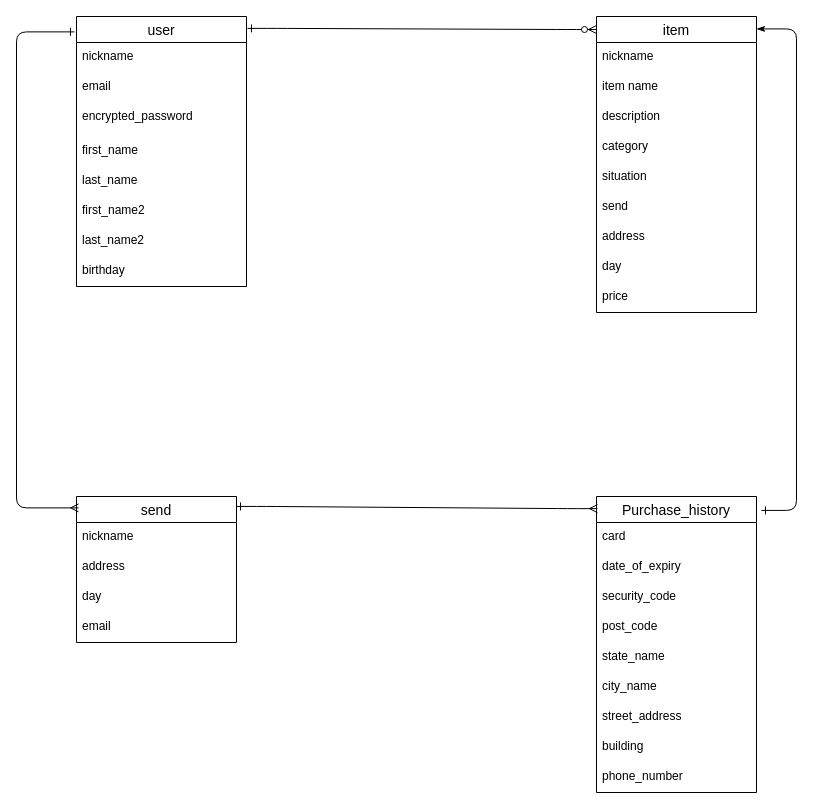
Earlier version of the draw.io diagram furima.dio (ootaketetsuyuki/furima-39836). Source tidied: cells renumbered, new cells numbered last; positions are measured from the earlier drawing's top-left corner, leaving out a move shared by most shapes. Both pictures are drawn from the tidied source at 100%, with x=0, y=0 at pixel (16, 16).
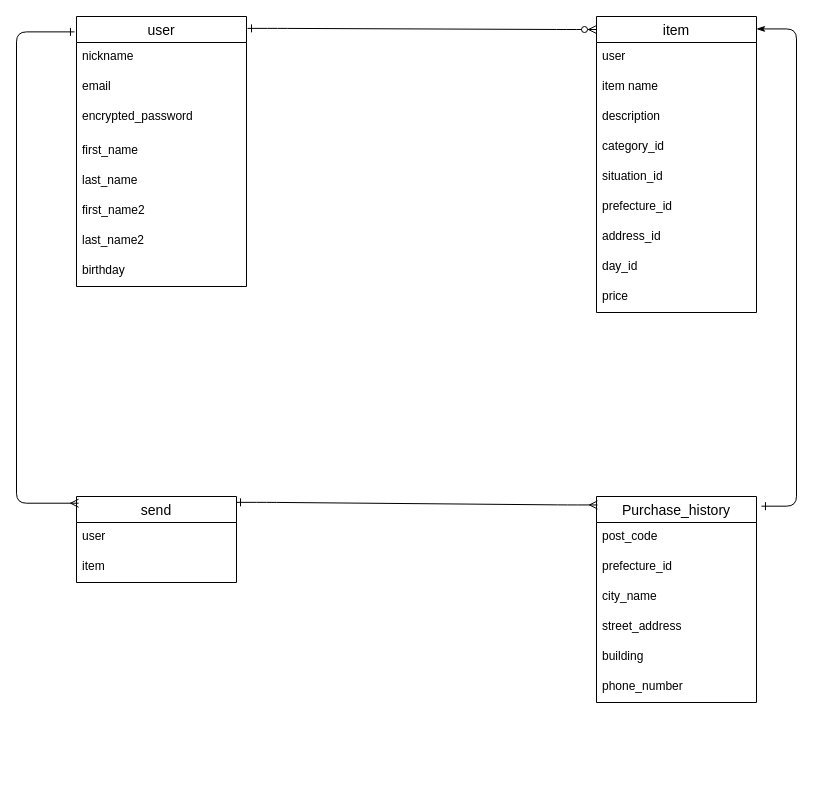
After the change.

The change refers to these unchanged cells:
```xml
<mxCell id="11" value="item" style="swimlane;fontStyle=0;horizontal=1;startSize=26;align=center;fontSize=14;" parent="1" vertex="1">
  <mxGeometry x="580" width="160" height="296" as="geometry" />
</mxCell>
```

Diff of the diagram source:
```diff
@@
-    <mxCell id="12" value="nickname" style="text;strokeColor=none;fillColor=none;spacingLeft=4;spacingRight=4;overflow=hidden;fontSize=12;" parent="11" vertex="1">
+    <mxCell id="12" value="user" style="text;strokeColor=none;fillColor=none;spacingLeft=4;spacingRight=4;overflow=hidden;fontSize=12;" parent="11" vertex="1">
       <mxGeometry y="26" width="160" height="30" as="geometry" />
     </mxCell>
@@
-    <mxCell id="15" value="category" style="text;strokeColor=none;fillColor=none;spacingLeft=4;spacingRight=4;overflow=hidden;fontSize=12;" parent="11" vertex="1">
+    <mxCell id="15" value="category_id" style="text;strokeColor=none;fillColor=none;spacingLeft=4;spacingRight=4;overflow=hidden;fontSize=12;" parent="11" vertex="1">
       <mxGeometry y="116" width="160" height="30" as="geometry" />
     </mxCell>
-    <mxCell id="16" value="situation" style="text;strokeColor=none;fillColor=none;spacingLeft=4;spacingRight=4;overflow=hidden;fontSize=12;" parent="11" vertex="1">
+    <mxCell id="16" value="situation_id" style="text;strokeColor=none;fillColor=none;spacingLeft=4;spacingRight=4;overflow=hidden;fontSize=12;" parent="11" vertex="1">
       <mxGeometry y="146" width="160" height="30" as="geometry" />
     </mxCell>
-    <mxCell id="17" value="send" style="text;strokeColor=none;fillColor=none;spacingLeft=4;spacingRight=4;overflow=hidden;fontSize=12;" parent="11" vertex="1">
+    <mxCell id="17" value="prefecture_id" style="text;strokeColor=none;fillColor=none;spacingLeft=4;spacingRight=4;overflow=hidden;fontSize=12;" parent="11" vertex="1">
       <mxGeometry y="176" width="160" height="30" as="geometry" />
     </mxCell>
-    <mxCell id="18" value="address" style="text;strokeColor=none;fillColor=none;spacingLeft=4;spacingRight=4;overflow=hidden;fontSize=12;" parent="11" vertex="1">
+    <mxCell id="18" value="address_id" style="text;strokeColor=none;fillColor=none;spacingLeft=4;spacingRight=4;overflow=hidden;fontSize=12;" parent="11" vertex="1">
       <mxGeometry y="206" width="160" height="30" as="geometry" />
     </mxCell>
-    <mxCell id="19" value="day" style="text;strokeColor=none;fillColor=none;spacingLeft=4;spacingRight=4;overflow=hidden;fontSize=12;" parent="11" vertex="1">
+    <mxCell id="19" value="day_id" style="text;strokeColor=none;fillColor=none;spacingLeft=4;spacingRight=4;overflow=hidden;fontSize=12;" parent="11" vertex="1">
       <mxGeometry y="236" width="160" height="30" as="geometry" />
     </mxCell>
@@
     <mxCell id="21" value="send" style="swimlane;fontStyle=0;horizontal=1;startSize=26;align=center;fontSize=14;" parent="1" vertex="1">
-      <mxGeometry x="60" y="480" width="160" height="146" as="geometry" />
+      <mxGeometry x="60" y="480" width="160" height="86" as="geometry" />
     </mxCell>
-    <mxCell id="22" value="nickname" style="text;strokeColor=none;fillColor=none;spacingLeft=4;spacingRight=4;overflow=hidden;fontSize=12;" parent="21" vertex="1">
+    <mxCell id="22" value="user" style="text;strokeColor=none;fillColor=none;spacingLeft=4;spacingRight=4;overflow=hidden;fontSize=12;" parent="21" vertex="1">
       <mxGeometry y="26" width="160" height="30" as="geometry" />
     </mxCell>
-    <mxCell id="23" value="address" style="text;strokeColor=none;fillColor=none;spacingLeft=4;spacingRight=4;overflow=hidden;fontSize=12;" parent="21" vertex="1">
+    <mxCell id="23" value="item" style="text;strokeColor=none;fillColor=none;spacingLeft=4;spacingRight=4;overflow=hidden;fontSize=12;" parent="21" vertex="1">
       <mxGeometry y="56" width="160" height="30" as="geometry" />
     </mxCell>
-    <mxCell id="24" value="day" style="text;strokeColor=none;fillColor=none;spacingLeft=4;spacingRight=4;overflow=hidden;fontSize=12;" parent="21" vertex="1">
-      <mxGeometry y="86" width="160" height="30" as="geometry" />
-    </mxCell>
-    <mxCell id="25" value="email" style="text;strokeColor=none;fillColor=none;spacingLeft=4;spacingRight=4;overflow=hidden;fontSize=12;" parent="21" vertex="1">
-      <mxGeometry y="116" width="160" height="30" as="geometry" />
-    </mxCell>
     <mxCell id="26" value="Purchase_history" style="swimlane;fontStyle=0;horizontal=1;startSize=26;align=center;fontSize=14;" parent="1" vertex="1">
-      <mxGeometry x="580" y="480" width="160" height="296" as="geometry" />
+      <mxGeometry x="580" y="480" width="160" height="206" as="geometry" />
     </mxCell>
-    <mxCell id="27" value="card" style="text;strokeColor=none;fillColor=none;spacingLeft=4;spacingRight=4;overflow=hidden;fontSize=12;" parent="26" vertex="1">
+    <mxCell id="27" value="post_code" style="text;strokeColor=none;fillColor=none;spacingLeft=4;spacingRight=4;overflow=hidden;fontSize=12;" parent="26" vertex="1">
       <mxGeometry y="26" width="160" height="30" as="geometry" />
     </mxCell>
-    <mxCell id="28" value="date_of_expiry" style="text;strokeColor=none;fillColor=none;spacingLeft=4;spacingRight=4;overflow=hidden;fontSize=12;" parent="26" vertex="1">
+    <mxCell id="28" value="prefecture_id" style="text;strokeColor=none;fillColor=none;spacingLeft=4;spacingRight=4;overflow=hidden;fontSize=12;" parent="26" vertex="1">
       <mxGeometry y="56" width="160" height="30" as="geometry" />
     </mxCell>
-    <mxCell id="29" value="security_code" style="text;strokeColor=none;fillColor=none;spacingLeft=4;spacingRight=4;overflow=hidden;fontSize=12;" parent="26" vertex="1">
-      <mxGeometry y="86" width="160" height="30" as="geometry" />
-    </mxCell>
-    <mxCell id="30" value="post_code" style="text;strokeColor=none;fillColor=none;spacingLeft=4;spacingRight=4;overflow=hidden;fontSize=12;" parent="26" vertex="1">
-      <mxGeometry y="116" width="160" height="30" as="geometry" />
-    </mxCell>
-    <mxCell id="31" value="state_name" style="text;strokeColor=none;fillColor=none;spacingLeft=4;spacingRight=4;overflow=hidden;fontSize=12;" parent="26" vertex="1">
-      <mxGeometry y="146" width="160" height="30" as="geometry" />
-    </mxCell>
     <mxCell id="32" value="city_name" style="text;strokeColor=none;fillColor=none;spacingLeft=4;spacingRight=4;overflow=hidden;fontSize=12;" parent="26" vertex="1">
-      <mxGeometry y="176" width="160" height="30" as="geometry" />
+      <mxGeometry y="86" width="160" height="30" as="geometry" />
     </mxCell>
     <mxCell id="33" value="street_address" style="text;strokeColor=none;fillColor=none;spacingLeft=4;spacingRight=4;overflow=hidden;fontSize=12;" parent="26" vertex="1">
-      <mxGeometry y="206" width="160" height="30" as="geometry" />
+      <mxGeometry y="116" width="160" height="30" as="geometry" />
     </mxCell>
     <mxCell id="34" value="building " style="text;strokeColor=none;fillColor=none;spacingLeft=4;spacingRight=4;overflow=hidden;fontSize=12;" parent="26" vertex="1">
-      <mxGeometry y="236" width="160" height="30" as="geometry" />
+      <mxGeometry y="146" width="160" height="30" as="geometry" />
     </mxCell>
     <mxCell id="35" value="phone_number" style="text;strokeColor=none;fillColor=none;spacingLeft=4;spacingRight=4;overflow=hidden;fontSize=12;" parent="26" vertex="1">
-      <mxGeometry y="266" width="160" height="30" as="geometry" />
+      <mxGeometry y="176" width="160" height="30" as="geometry" />
     </mxCell>
```
